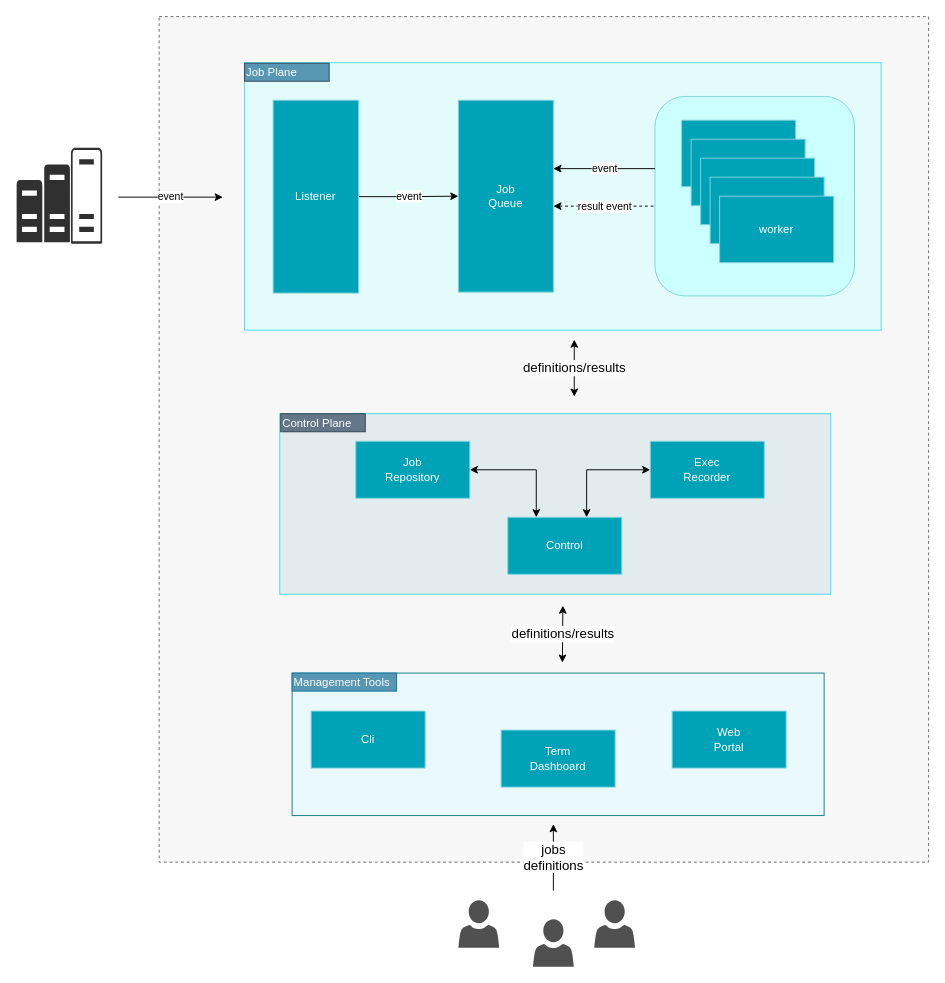
Above: docs/Jobico.drawio in andrescosta/jobico-fn (draw.io), before the change. Source tidied: cells renumbered, new cells numbered last; positions are measured from the earlier drawing's top-left corner, leaving out a move shared by most shapes. Both pictures are drawn from the tidied source at 95%, with x=0, y=0 at pixel (16, 16).
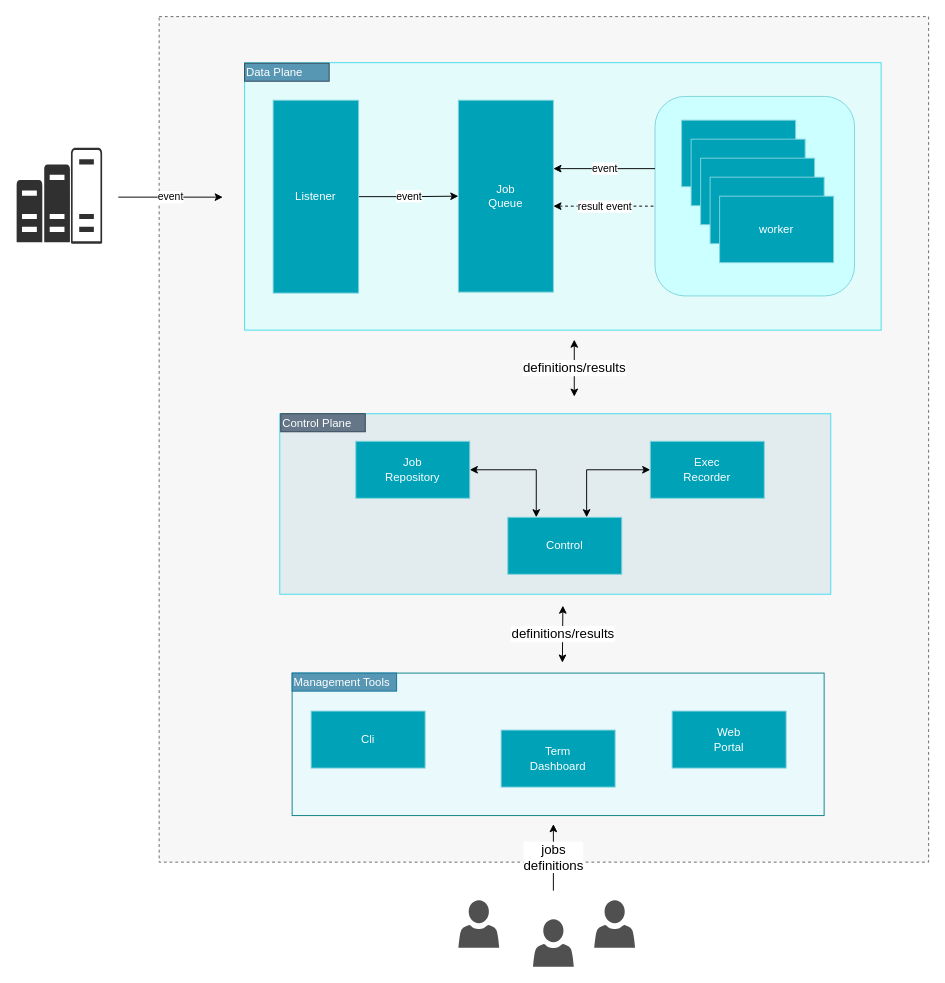
The same diagram, later.

Diff of the diagram source:
```diff
@@
-    <mxCell id="28" value="Job Plane" style="rounded=0;whiteSpace=wrap;html=1;align=left;fillColor=#5897B3;fontColor=#ffffff;strokeColor=#314354;" parent="1" vertex="1">
+    <mxCell id="28" value="Data Plane" style="rounded=0;whiteSpace=wrap;html=1;align=left;fillColor=#5897B3;fontColor=#ffffff;strokeColor=#314354;" parent="1" vertex="1">
       <mxGeometry x="240" y="49" width="89" height="19" as="geometry" />
     </mxCell>
```
